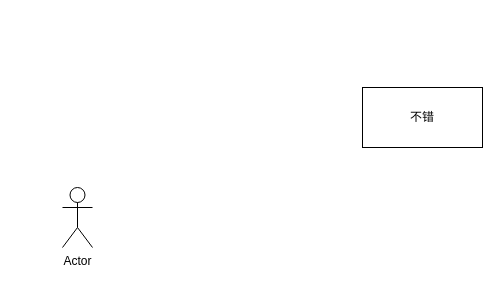
Above: Untitled Diagram.drawio.xml in coyun/draw (draw.io), before the change. Source tidied: cells renumbered, new cells numbered last; positions are measured from the earlier drawing's top-left corner, leaving out a move shared by most shapes. Both pictures are drawn from the tidied source at 100%, with x=0, y=0 at pixel (62, 87).
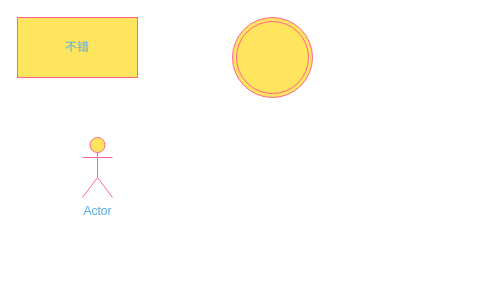
The same page after the edit.

The edit, as a diff of the source:
```diff
@@
 <mxGraphModel>
   <root>
     <mxCell id="0" />
     <mxCell id="1" parent="0" />
-    <mxCell id="2" value="不错" style="rounded=0;whiteSpace=wrap;html=1;" parent="1" vertex="1">
-      <mxGeometry x="300" width="120" height="60" as="geometry" />
+    <mxCell id="2" value="不错" style="rounded=0;whiteSpace=wrap;html=1;fillColor=#FFE45E;strokeColor=#FF6392;fontColor=#5AA9E6;" parent="1" vertex="1">
+      <mxGeometry x="-45" y="-70" width="120" height="60" as="geometry" />
     </mxCell>
-    <mxCell id="3" value="Actor" style="shape=umlActor;verticalLabelPosition=bottom;verticalAlign=top;html=1;" parent="1" vertex="1">
-      <mxGeometry y="100" width="30" height="60" as="geometry" />
+    <mxCell id="3" value="Actor" style="shape=umlActor;verticalLabelPosition=bottom;verticalAlign=top;html=1;fillColor=#FFE45E;strokeColor=#FF6392;fontColor=#5AA9E6;" parent="1" vertex="1">
+      <mxGeometry x="20" y="50" width="30" height="60" as="geometry" />
     </mxCell>
+    <mxCell id="4" style="ellipse;shape=doubleEllipse;whiteSpace=wrap;html=1;fillColor=#FFE45E;strokeColor=#FF6392;fontColor=#5AA9E6;" parent="1" vertex="1">
+      <mxGeometry x="170" y="-70" width="80" height="80" as="geometry" />
+    </mxCell>
   </root>
 </mxGraphModel>
```
